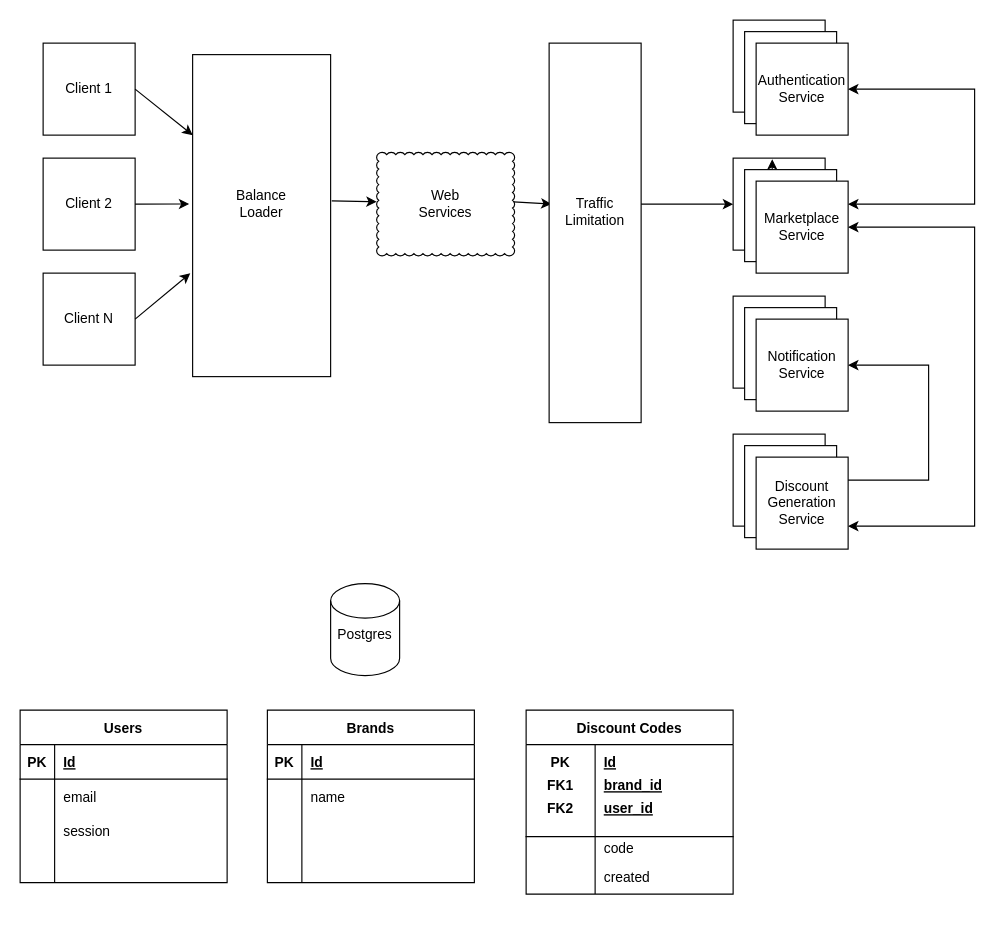
Earlier version of the draw.io diagram Untitled Diagram.drawio (rybach/discount_server). Source tidied: cells renumbered, new cells numbered last; positions are measured from the earlier drawing's top-left corner, leaving out a move shared by most shapes. Both pictures are drawn from the tidied source at 115%, with x=0, y=0 at pixel (20, 20).
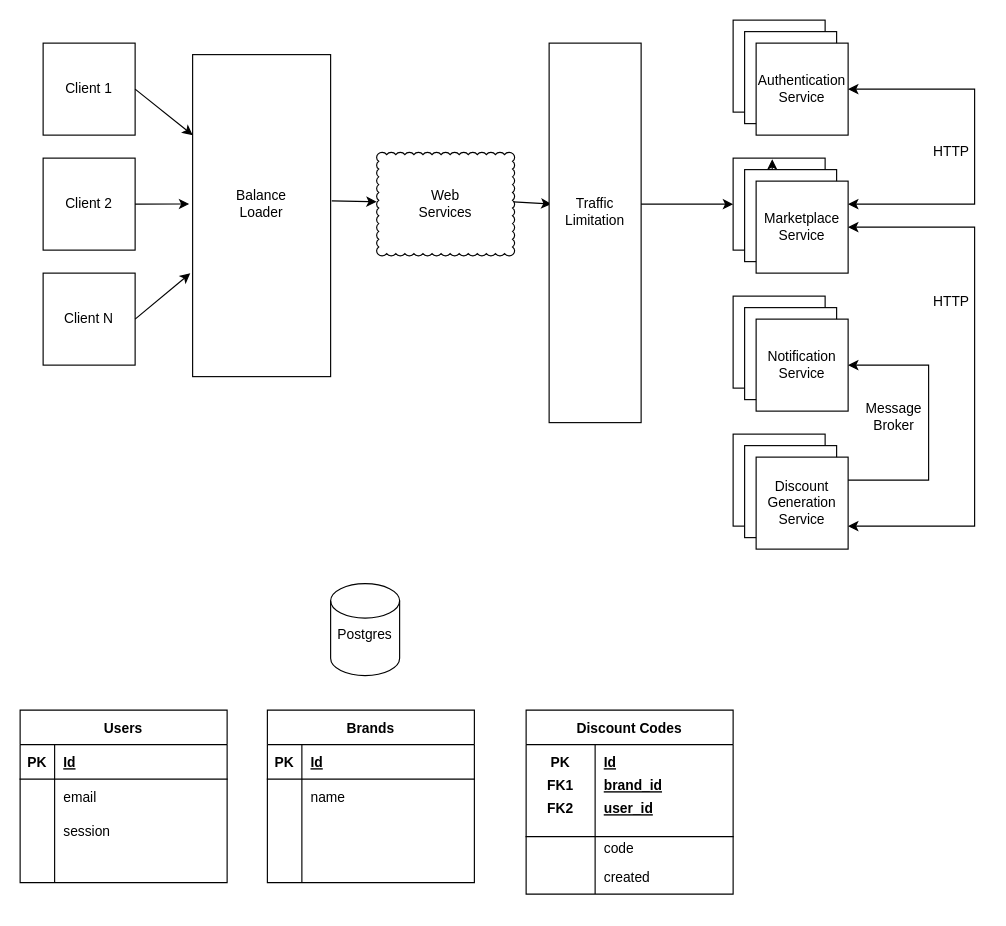
The same page after the edit.

Change to the diagram source:
```diff
@@
     <mxCell id="70" style="group;" parent="1" vertex="1">
-      <mxGeometry x="620" width="210" height="460" as="geometry" />
+      <mxGeometry x="620" width="220" height="460" as="geometry" />
     </mxCell>
@@
+    <mxCell id="104" value="HTTP" style="text;html=1;strokeColor=none;fillColor=none;align=center;verticalAlign=middle;whiteSpace=wrap;rounded=0;" parent="70" vertex="1">
+      <mxGeometry x="160" y="100" width="60" height="30" as="geometry" />
+    </mxCell>
+    <mxCell id="105" value="Message Broker" style="text;html=1;strokeColor=none;fillColor=none;align=center;verticalAlign=middle;whiteSpace=wrap;rounded=0;" parent="70" vertex="1">
+      <mxGeometry x="110" y="330" width="60" height="30" as="geometry" />
+    </mxCell>
+    <mxCell id="106" value="HTTP" style="text;html=1;strokeColor=none;fillColor=none;align=center;verticalAlign=middle;whiteSpace=wrap;rounded=0;" parent="70" vertex="1">
+      <mxGeometry x="160" y="230" width="60" height="30" as="geometry" />
+    </mxCell>
```
